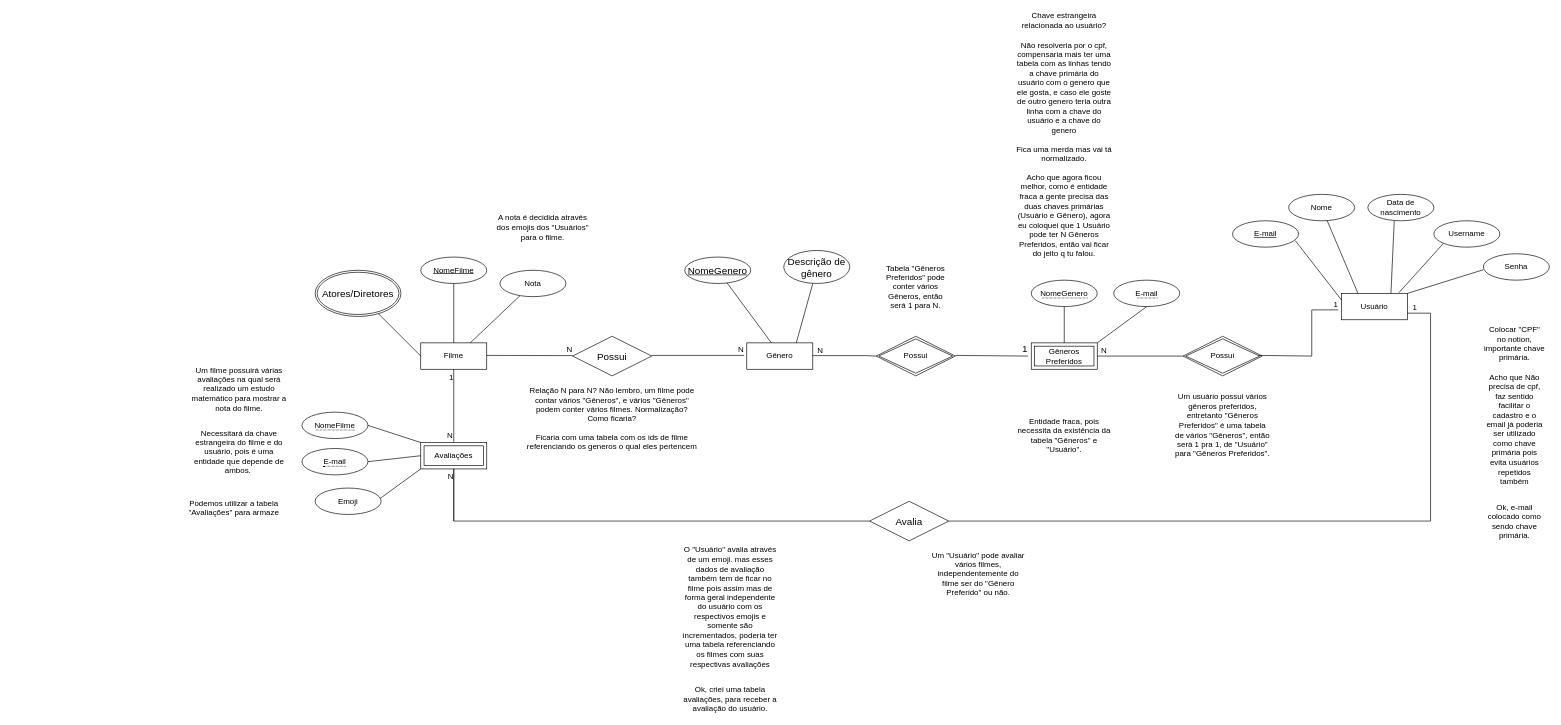
XandeCoding/Moviemoji keeps this draw.io diagram as documentação/moviemoji.drawio. Above is the earlier version. Source tidied: cells renumbered, new cells numbered last; positions are measured from the earlier drawing's top-left corner, leaving out a move shared by most shapes. Both pictures are drawn from the tidied source at 66%, with x=0, y=0 at pixel (184, 125).
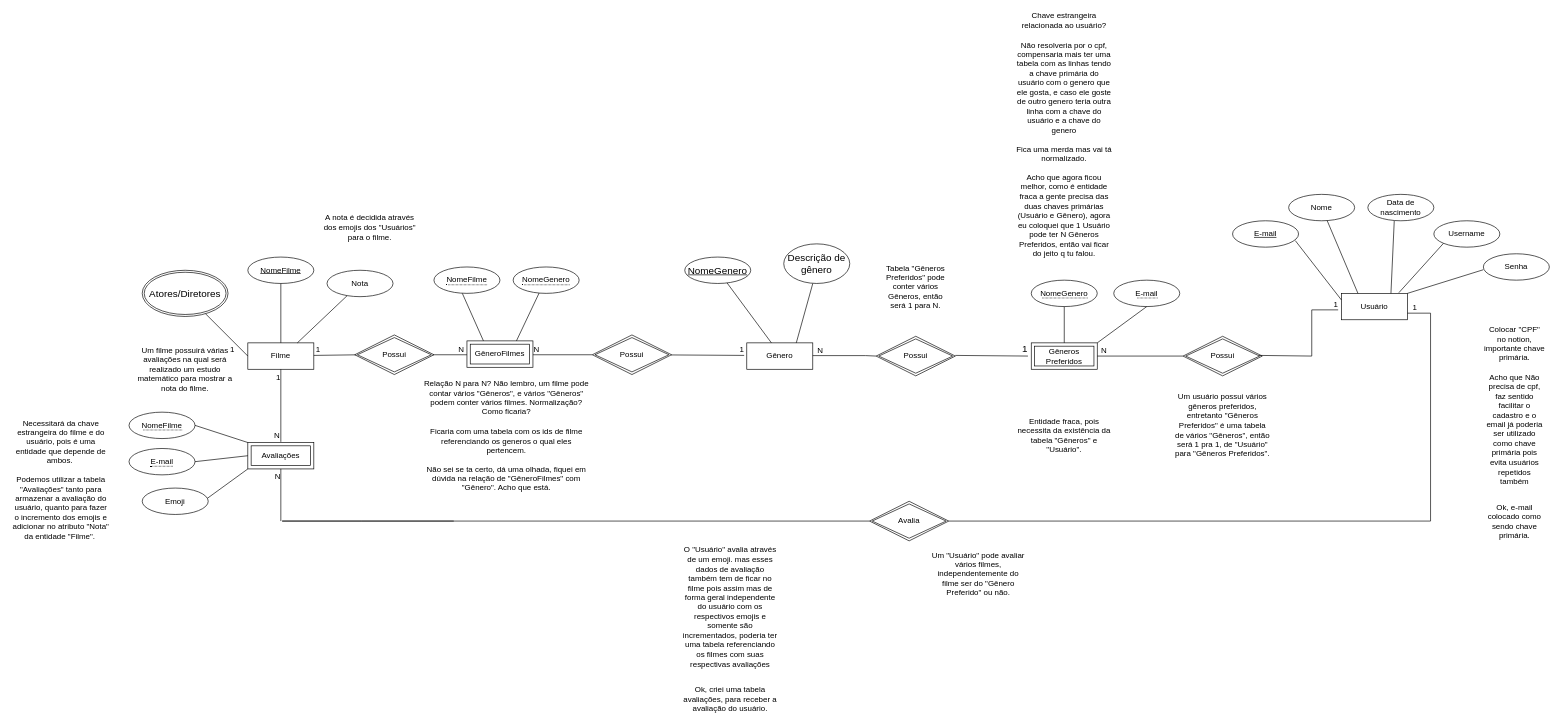
After the change.

The change refers to these unchanged cells:
```xml
<mxCell id="3" value="Usuário" style="whiteSpace=wrap;html=1;align=center;" parent="1" vertex="1">
  <mxGeometry x="1753" y="255" width="100" height="40" as="geometry" />
</mxCell>
```

Diff of the diagram source:
```diff
@@
     <mxCell id="2" value="Filme" style="whiteSpace=wrap;html=1;align=center;" parent="1" vertex="1">
-      <mxGeometry x="358" y="330" width="100" height="40" as="geometry" />
+      <mxGeometry x="96" y="330" width="100" height="40" as="geometry" />
     </mxCell>
@@
     <mxCell id="6" style="edgeStyle=orthogonalEdgeStyle;rounded=0;orthogonalLoop=1;jettySize=auto;html=1;exitX=0.5;exitY=1;exitDx=0;exitDy=0;" parent="1" edge="1">
       <mxGeometry relative="1" as="geometry">
-        <mxPoint x="568" y="280" as="sourcePoint" />
-        <mxPoint x="568" y="280" as="targetPoint" />
+        <mxPoint x="306" y="280" as="sourcePoint" />
+        <mxPoint x="306" y="280" as="targetPoint" />
       </mxGeometry>
     </mxCell>
@@
     <mxCell id="19" value="Nota" style="ellipse;whiteSpace=wrap;html=1;align=center;" parent="1" vertex="1">
-      <mxGeometry x="478" y="220" width="100" height="40" as="geometry" />
+      <mxGeometry x="216" y="220" width="100" height="40" as="geometry" />
     </mxCell>
     <mxCell id="20" value="NomeFilme" style="ellipse;whiteSpace=wrap;html=1;align=center;fontStyle=4;" parent="1" vertex="1">
-      <mxGeometry x="358" y="200" width="100" height="40" as="geometry" />
+      <mxGeometry x="96" y="200" width="100" height="40" as="geometry" />
     </mxCell>
@@
-    <mxCell id="39" value="Possui" style="shape=rhombus;perimeter=rhombusPerimeter;whiteSpace=wrap;html=1;align=center;fontSize=15;" parent="1" vertex="1">
-      <mxGeometry x="588" y="320" width="120" height="60" as="geometry" />
-    </mxCell>
     <mxCell id="40" style="endArrow=none;html=1;rounded=0;strokeColor=#000000;strokeWidth=1;fontSize=15;" parent="1" edge="1">
       <mxGeometry relative="1" as="geometry">
-        <mxPoint x="708" y="349" as="sourcePoint" />
+        <mxPoint x="737.3" y="348.3" as="sourcePoint" />
         <mxPoint x="848" y="349" as="targetPoint" />
       </mxGeometry>
     </mxCell>
-    <mxCell id="41" value="N" style="html=1;align=right;verticalAlign=bottom;" parent="40" vertex="1">
+    <mxCell id="41" value="1" style="html=1;align=right;verticalAlign=bottom;" parent="40" vertex="1">
       <mxGeometry x="1" relative="1" as="geometry" />
     </mxCell>
     <mxCell id="42" style="endArrow=none;html=1;rounded=0;strokeColor=#000000;strokeWidth=1;fontSize=15;" parent="1" edge="1">
       <mxGeometry relative="1" as="geometry">
-        <mxPoint x="458" y="349" as="sourcePoint" />
-        <mxPoint x="588" y="349.3" as="targetPoint" />
+        <mxPoint x="196" y="349" as="sourcePoint" />
+        <mxPoint x="268" y="348" as="targetPoint" />
       </mxGeometry>
     </mxCell>
-    <mxCell id="43" value="N" style="html=1;align=right;verticalAlign=bottom;" parent="42" vertex="1">
-      <mxGeometry x="1" relative="1" as="geometry" />
+    <mxCell id="43" value="1" style="html=1;align=right;verticalAlign=bottom;" parent="42" vertex="1">
+      <mxGeometry x="1" relative="1" as="geometry">
+        <mxPoint x="-192" as="offset" />
+      </mxGeometry>
     </mxCell>
-    <mxCell id="44" value="Relação N para N? Não lembro, um filme pode contar vários &quot;Gêneros&quot;, e vários &quot;Gêneros&quot; podem conter vários filmes. Normalização? Como ficaria?&lt;br&gt;&lt;br&gt;Ficaria com uma tabela com os ids de filme referenciando os generos o qual eles pertencem" style="text;html=1;strokeColor=none;fillColor=none;align=center;verticalAlign=middle;whiteSpace=wrap;rounded=0;" parent="1" vertex="1">
-      <mxGeometry x="518" y="435" width="260" height="20" as="geometry" />
+    <mxCell id="44" value="Relação N para N? Não lembro, um filme pode contar vários &quot;Gêneros&quot;, e vários &quot;Gêneros&quot; podem conter vários filmes. Normalização? Como ficaria?&lt;br&gt;&lt;br&gt;Ficaria com uma tabela com os ids de filme referenciando os generos o qual eles pertencem. &lt;br&gt;&lt;br&gt;Não sei se ta certo, dá uma olhada, fiquei em dúvida na relação de &quot;GêneroFilmes&quot; com &quot;Gênero&quot;. Acho que está." style="text;html=1;strokeColor=none;fillColor=none;align=center;verticalAlign=middle;whiteSpace=wrap;rounded=0;" parent="1" vertex="1">
+      <mxGeometry x="358" y="461" width="260" height="20" as="geometry" />
     </mxCell>
@@
     <mxCell id="47" value="Descrição de gênero" style="ellipse;whiteSpace=wrap;html=1;align=center;fontSize=15;" parent="1" vertex="1">
-      <mxGeometry x="908" y="190" width="100" height="50" as="geometry" />
+      <mxGeometry x="908" y="180" width="100" height="60" as="geometry" />
     </mxCell>
@@
-    <mxCell id="50" value="Avalia" style="shape=rhombus;perimeter=rhombusPerimeter;whiteSpace=wrap;html=1;align=center;fontSize=15;" parent="1" vertex="1">
-      <mxGeometry x="1038" y="570" width="120" height="60" as="geometry" />
-    </mxCell>
-    <mxCell id="51" style="endArrow=none;html=1;rounded=0;strokeColor=#000000;strokeWidth=1;fontSize=15;exitX=1;exitY=0.5;exitDx=0;exitDy=0;entryX=1;entryY=0.75;entryDx=0;entryDy=0;" parent="1" edge="1" source="50" target="3">
+    <mxCell id="51" style="endArrow=none;html=1;rounded=0;strokeColor=#000000;strokeWidth=1;fontSize=15;exitX=1;exitY=0.5;exitDx=0;exitDy=0;entryX=1;entryY=0.75;entryDx=0;entryDy=0;" parent="1" edge="1" target="3">
       <mxGeometry relative="1" as="geometry">
+        <mxPoint x="1158" y="600" as="sourcePoint" />
         <Array as="points">
           <mxPoint x="1888" y="600" />
           <mxPoint x="1888" y="285" />
         </Array>
       </mxGeometry>
     </mxCell>
@@
-    <mxCell id="54" style="endArrow=none;html=1;rounded=0;strokeColor=#000000;strokeWidth=1;fontSize=15;entryX=0;entryY=0.5;entryDx=0;entryDy=0;" parent="1" edge="1" target="50">
+    <mxCell id="54" style="endArrow=none;html=1;rounded=0;strokeColor=#000000;strokeWidth=1;fontSize=15;entryX=0;entryY=0.5;entryDx=0;entryDy=0;" parent="1" edge="1">
       <mxGeometry relative="1" as="geometry">
         <mxPoint x="408" y="600" as="sourcePoint" />
+        <mxPoint x="1038" y="600" as="targetPoint" />
         <Array as="points">
-          <mxPoint x="408" y="520" />
-          <mxPoint x="408" y="600" />
+          <mxPoint x="148" y="600" />
+          <mxPoint x="268" y="600" />
         </Array>
       </mxGeometry>
     </mxCell>
@@
     <mxCell id="56" value="A nota é decidida através dos emojis dos &quot;Usuários&quot; para o filme." style="text;html=1;strokeColor=none;fillColor=none;align=center;verticalAlign=middle;whiteSpace=wrap;rounded=0;" parent="1" vertex="1">
-      <mxGeometry x="468" y="145" width="150" height="20" as="geometry" />
+      <mxGeometry x="206" y="145" width="150" height="20" as="geometry" />
     </mxCell>
     <mxCell id="57" value="Atores/Diretores" style="ellipse;shape=doubleEllipse;margin=3;whiteSpace=wrap;html=1;align=center;fontSize=15;" parent="1" vertex="1">
-      <mxGeometry x="198" y="220" width="130" height="70" as="geometry" />
+      <mxGeometry x="-64" y="220" width="130" height="70" as="geometry" />
     </mxCell>
@@
     <mxCell id="59" style="endArrow=none;html=1;rounded=0;strokeColor=#000000;strokeWidth=1;fontSize=15;entryX=0.5;entryY=1;entryDx=0;entryDy=0;exitX=0.5;exitY=0;exitDx=0;exitDy=0;exitPerimeter=0;" parent="1" edge="1" target="2">
       <mxGeometry relative="1" as="geometry">
-        <mxPoint x="408" y="480" as="sourcePoint" />
+        <mxPoint x="146" y="480" as="sourcePoint" />
       </mxGeometry>
     </mxCell>
@@
     <mxCell id="61" value="N" style="html=1;align=right;verticalAlign=bottom;" parent="1" vertex="1">
-      <mxGeometry x="628" y="490" as="geometry">
+      <mxGeometry x="366" y="490" as="geometry">
         <mxPoint x="-221" y="-11" as="offset" />
       </mxGeometry>
     </mxCell>
@@
     <mxCell id="63" value="Um filme possuirá várias avaliações na qual será realizado um estudo matemático para mostrar a nota do filme." style="text;html=1;strokeColor=none;fillColor=none;align=center;verticalAlign=middle;whiteSpace=wrap;rounded=0;" parent="1" vertex="1">
-      <mxGeometry x="8" y="390" width="150" height="20" as="geometry" />
+      <mxGeometry x="-74" y="360" width="150" height="20" as="geometry" />
     </mxCell>
@@
     <mxCell id="66" value="Necessitará da chave estrangeira do filme e do usuário, pois é uma entidade que depende de ambos.&amp;nbsp;" style="text;html=1;strokeColor=none;fillColor=none;align=center;verticalAlign=middle;whiteSpace=wrap;rounded=0;" parent="1" vertex="1">
-      <mxGeometry x="8" y="485" width="150" height="20" as="geometry" />
+      <mxGeometry x="-262" y="470" width="150" height="20" as="geometry" />
     </mxCell>
     <mxCell id="67" value="N" style="html=1;align=right;verticalAlign=bottom;" parent="1" vertex="1">
-      <mxGeometry x="408" y="540" as="geometry" />
+      <mxGeometry x="146" y="540" as="geometry" />
     </mxCell>
     <mxCell id="68" value="Avaliações" style="shape=ext;margin=3;double=1;whiteSpace=wrap;html=1;align=center;" parent="1" vertex="1">
-      <mxGeometry x="358" y="481" width="100" height="40" as="geometry" />
+      <mxGeometry x="96" y="481" width="100" height="40" as="geometry" />
     </mxCell>
     <mxCell id="69" value="&lt;span style=&quot;border-bottom: 1px dotted&quot;&gt;NomeFilme&lt;/span&gt;" style="ellipse;whiteSpace=wrap;html=1;align=center;" parent="1" vertex="1">
-      <mxGeometry x="178" y="435" width="100" height="40" as="geometry" />
+      <mxGeometry x="-84" y="435" width="100" height="40" as="geometry" />
     </mxCell>
@@
     <mxCell id="71" style="endArrow=none;html=1;rounded=0;entryX=0;entryY=1;entryDx=0;entryDy=0;exitX=0.948;exitY=0.3;exitDx=0;exitDy=0;exitPerimeter=0;" parent="1" edge="1" target="68">
       <mxGeometry relative="1" as="geometry">
-        <mxPoint x="287.8" y="572" as="sourcePoint" />
+        <mxPoint x="25.8" y="572" as="sourcePoint" />
       </mxGeometry>
     </mxCell>
     <mxCell id="72" value="&lt;span style=&quot;border-bottom: 1px dotted&quot;&gt;E-mail&lt;/span&gt;" style="ellipse;whiteSpace=wrap;html=1;align=center;" parent="1" vertex="1">
-      <mxGeometry x="178" y="490" width="100" height="40" as="geometry" />
+      <mxGeometry x="-84" y="490" width="100" height="40" as="geometry" />
     </mxCell>
@@
     <mxCell id="76" value="Emoji" style="ellipse;whiteSpace=wrap;html=1;align=center;" parent="1" vertex="1">
-      <mxGeometry x="198" y="550" width="100" height="40" as="geometry" />
+      <mxGeometry x="-64" y="550" width="100" height="40" as="geometry" />
     </mxCell>
-    <mxCell id="77" value="Podemos utilizar a tabela &quot;Avaliações&quot; para armaze" style="text;html=1;strokeColor=none;fillColor=none;align=center;verticalAlign=middle;whiteSpace=wrap;rounded=0;" parent="1" vertex="1">
-      <mxGeometry y="570" width="150" height="20" as="geometry" />
+    <mxCell id="77" value="Podemos utilizar a tabela &quot;Avaliações&quot; tanto para armazenar a avaliação do usuário, quanto para fazer o incremento dos emojis e adicionar no atributo &quot;Nota&quot; da entidade &quot;Filme&quot;.&amp;nbsp;" style="text;html=1;strokeColor=none;fillColor=none;align=center;verticalAlign=middle;whiteSpace=wrap;rounded=0;" parent="1" vertex="1">
+      <mxGeometry x="-262" y="570" width="150" height="20" as="geometry" />
     </mxCell>
+    <mxCell id="78" style="endArrow=none;html=1;rounded=0;" parent="1" edge="1">
+      <mxGeometry relative="1" as="geometry">
+        <mxPoint x="146" y="521" as="sourcePoint" />
+        <mxPoint x="146" y="600" as="targetPoint" />
+      </mxGeometry>
+    </mxCell>
+    <mxCell id="79" value="GêneroFilmes" style="shape=ext;margin=3;double=1;whiteSpace=wrap;html=1;align=center;" parent="1" vertex="1">
+      <mxGeometry x="428" y="327" width="100" height="40" as="geometry" />
+    </mxCell>
+    <mxCell id="80" style="endArrow=none;html=1;rounded=0;strokeColor=#000000;strokeWidth=1;fontSize=15;" parent="1" edge="1">
+      <mxGeometry relative="1" as="geometry">
+        <mxPoint x="366" y="348" as="sourcePoint" />
+        <mxPoint x="428" y="348" as="targetPoint" />
+      </mxGeometry>
+    </mxCell>
+    <mxCell id="81" value="1" style="html=1;align=right;verticalAlign=bottom;" parent="80" vertex="1">
+      <mxGeometry x="1" relative="1" as="geometry">
+        <mxPoint x="-222" as="offset" />
+      </mxGeometry>
+    </mxCell>
+    <mxCell id="82" value="N" style="html=1;align=right;verticalAlign=bottom;" parent="1" vertex="1">
+      <mxGeometry x="388" y="310" as="geometry">
+        <mxPoint x="36" y="39" as="offset" />
+      </mxGeometry>
+    </mxCell>
+    <mxCell id="83" style="endArrow=none;html=1;rounded=0;strokeColor=#000000;strokeWidth=1;fontSize=15;" parent="1" edge="1">
+      <mxGeometry relative="1" as="geometry">
+        <mxPoint x="528" y="348" as="sourcePoint" />
+        <mxPoint x="618" y="348" as="targetPoint" />
+      </mxGeometry>
+    </mxCell>
+    <mxCell id="84" value="N" style="html=1;align=right;verticalAlign=bottom;" parent="83" vertex="1">
+      <mxGeometry x="1" relative="1" as="geometry">
+        <mxPoint x="-80" as="offset" />
+      </mxGeometry>
+    </mxCell>
+    <mxCell id="85" value="&lt;span style=&quot;border-bottom: 1px dotted&quot;&gt;NomeFilme&lt;/span&gt;" style="ellipse;whiteSpace=wrap;html=1;align=center;" parent="1" vertex="1">
+      <mxGeometry x="378" y="215" width="100" height="40" as="geometry" />
+    </mxCell>
+    <mxCell id="86" value="&lt;span style=&quot;border-bottom: 1px dotted&quot;&gt;NomeGenero&lt;/span&gt;" style="ellipse;whiteSpace=wrap;html=1;align=center;" parent="1" vertex="1">
+      <mxGeometry x="498" y="215" width="100" height="40" as="geometry" />
+    </mxCell>
+    <mxCell id="87" style="endArrow=none;html=1;rounded=0;strokeColor=#000000;strokeWidth=1;fontSize=15;entryX=0.75;entryY=0;entryDx=0;entryDy=0;exitX=0.394;exitY=0.985;exitDx=0;exitDy=0;exitPerimeter=0;" parent="1" edge="1" source="86" target="79">
+      <mxGeometry relative="1" as="geometry" />
+    </mxCell>
+    <mxCell id="88" style="endArrow=none;html=1;rounded=0;strokeColor=#000000;strokeWidth=1;fontSize=15;entryX=0.25;entryY=0;entryDx=0;entryDy=0;" parent="1" edge="1" target="79">
+      <mxGeometry relative="1" as="geometry">
+        <mxPoint x="421" y="255" as="sourcePoint" />
+      </mxGeometry>
+    </mxCell>
+    <mxCell id="89" style="edgeStyle=orthogonalEdgeStyle;rounded=0;orthogonalLoop=1;jettySize=auto;html=1;exitX=0.5;exitY=1;exitDx=0;exitDy=0;" parent="1" edge="1" source="44" target="44">
+      <mxGeometry relative="1" as="geometry" />
+    </mxCell>
+    <mxCell id="90" value="Possui" style="shape=rhombus;double=1;perimeter=rhombusPerimeter;whiteSpace=wrap;html=1;align=center;" parent="1" vertex="1">
+      <mxGeometry x="618" y="318" width="120" height="60" as="geometry" />
+    </mxCell>
+    <mxCell id="91" value="Possui" style="shape=rhombus;double=1;perimeter=rhombusPerimeter;whiteSpace=wrap;html=1;align=center;" parent="1" vertex="1">
+      <mxGeometry x="258" y="318" width="120" height="60" as="geometry" />
+    </mxCell>
+    <mxCell id="50" value="Avalia" style="shape=rhombus;double=1;perimeter=rhombusPerimeter;whiteSpace=wrap;html=1;align=center;" parent="1" vertex="1">
+      <mxGeometry x="1038" y="570" width="120" height="60" as="geometry" />
+    </mxCell>
```
